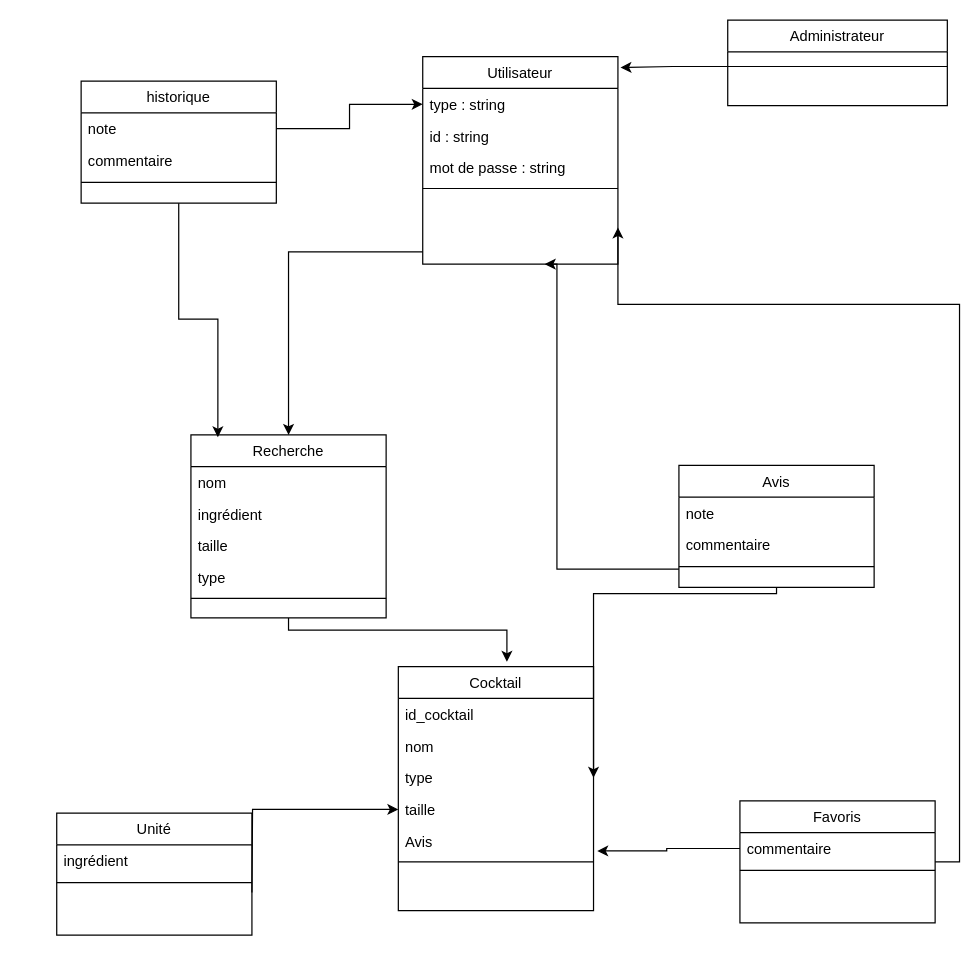
Earlier version of the draw.io diagram Diagram classe.drawio (id1617/ProjetInfo2A). Source tidied: cells renumbered, new cells numbered last; positions are measured from the earlier drawing's top-left corner, leaving out a move shared by most shapes. Both pictures are drawn from the tidied source at 122%, with x=0, y=0 at pixel (56, 20).
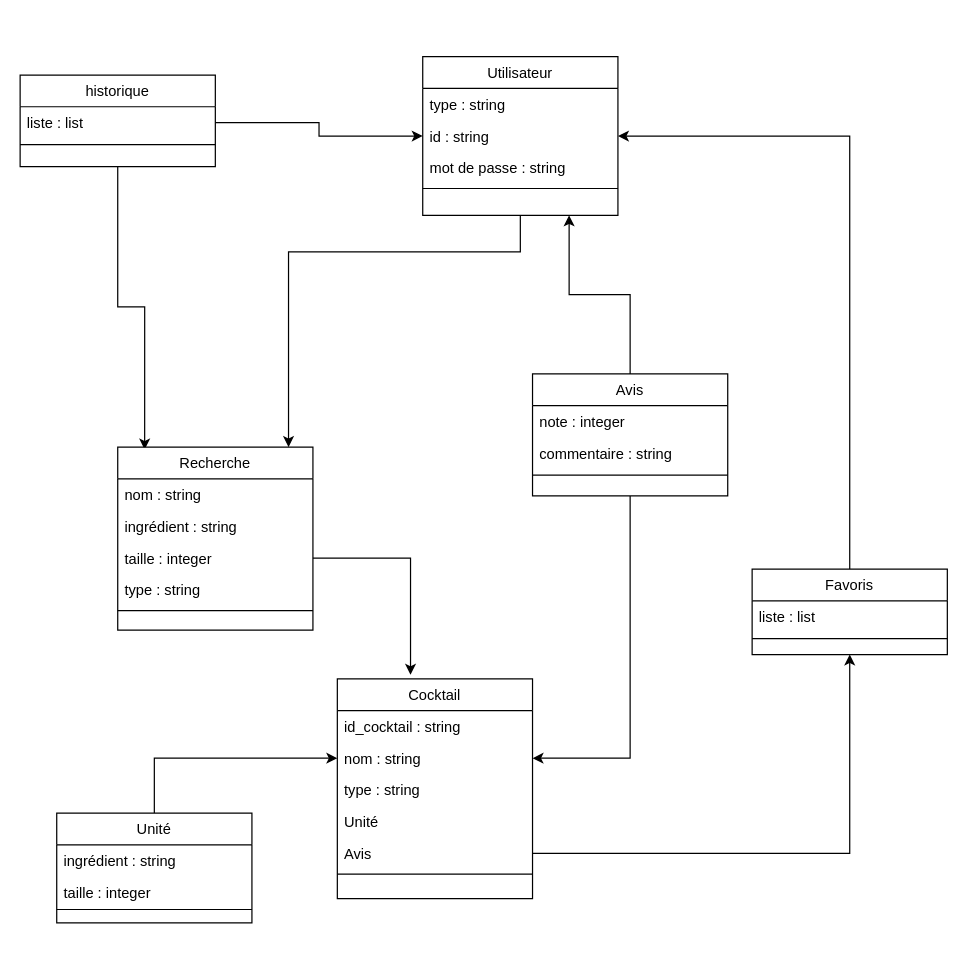
After the change.

Unchanged cells that the change refers to:
```xml
<mxCell id="4" value="type : string" style="text;align=left;verticalAlign=top;spacingLeft=4;spacingRight=4;overflow=hidden;points=[[0,0.5],[1,0.5]];portConstraint=eastwest;" parent="3" vertex="1">
  <mxGeometry y="26" width="160" height="26" as="geometry" />
</mxCell>
<mxCell id="5" value="id : string" style="text;align=left;verticalAlign=top;spacingLeft=4;spacingRight=4;overflow=hidden;points=[[0,0.5],[1,0.5]];portConstraint=eastwest;rounded=0;shadow=0;html=0;" parent="3" vertex="1">
  <mxGeometry y="52" width="160" height="26" as="geometry" />
</mxCell>
```

What changed in the source:
```diff
@@
     <mxCell id="3" value="Utilisateur" style="swimlane;fontStyle=0;align=center;verticalAlign=top;horizontal=1;startSize=26;rounded=0;shadow=0;strokeWidth=1;" parent="1" vertex="1">
-      <mxGeometry x="300" y="30" width="160" height="170" as="geometry" />
+      <mxGeometry x="300" y="30" width="160" height="130" as="geometry" />
     </mxCell>
@@
-    <mxCell id="8" style="edgeStyle=orthogonalEdgeStyle;rounded=0;jettySize=auto;html=1;exitX=0.5;exitY=1;exitDx=0;exitDy=0;" parent="1" edge="1" source="18">
-      <mxGeometry relative="1" as="geometry">
-        <mxPoint x="369" y="526" as="targetPoint" />
-        <Array as="points">
-          <mxPoint x="190" y="500" />
-          <mxPoint x="369" y="500" />
-        </Array>
-      </mxGeometry>
-    </mxCell>
-    <mxCell id="9" value="Cocktail" style="swimlane;fontStyle=0;align=center;verticalAlign=top;horizontal=1;startSize=26;rounded=0;shadow=0;strokeWidth=1;" parent="1" vertex="1">
-      <mxGeometry x="280" y="530" width="160" height="200" as="geometry" />
-    </mxCell>
-    <mxCell id="10" value="id_cocktail" style="text;align=left;verticalAlign=top;spacingLeft=4;spacingRight=4;overflow=hidden;" parent="9" vertex="1">
-      <mxGeometry y="26" width="160" height="26" as="geometry" />
-    </mxCell>
-    <mxCell id="11" value="nom" style="text;align=left;verticalAlign=top;spacingLeft=4;spacingRight=4;overflow=hidden;points=[[0,0.5],[1,0.5]];portConstraint=eastwest;fontStyle=0;" parent="9" vertex="1">
-      <mxGeometry y="52" width="160" height="26" as="geometry" />
-    </mxCell>
-    <mxCell id="12" value="type" style="text;align=left;verticalAlign=top;spacingLeft=4;spacingRight=4;overflow=hidden;fontStyle=0;" parent="9" vertex="1">
-      <mxGeometry y="78" width="160" height="26" as="geometry" />
-    </mxCell>
-    <mxCell id="13" value="taille" style="text;align=left;verticalAlign=top;spacingLeft=4;spacingRight=4;overflow=hidden;points=[[0,0.5],[1,0.5]];portConstraint=eastwest;" parent="9" vertex="1">
-      <mxGeometry y="104" width="160" height="26" as="geometry" />
-    </mxCell>
-    <mxCell id="14" value="Avis" style="text;align=left;verticalAlign=top;spacingLeft=4;spacingRight=4;overflow=hidden;points=[[0,0.5],[1,0.5]];portConstraint=eastwest;" parent="9" vertex="1">
-      <mxGeometry y="130" width="160" height="26" as="geometry" />
-    </mxCell>
-    <mxCell id="15" style="line;html=1;strokeWidth=1;align=left;verticalAlign=middle;spacingTop=-1;spacingLeft=3;spacingRight=3;labelPosition=right;" parent="9" vertex="1">
-      <mxGeometry y="156" width="160" height="8" as="geometry" />
-    </mxCell>
-    <mxCell id="16" style="edgeStyle=orthogonalEdgeStyle;rounded=0;jettySize=auto;html=1;entryX=1;entryY=0.5;entryDx=0;entryDy=0;" parent="1" edge="1" source="42">
-      <mxGeometry relative="1" as="geometry">
-        <mxPoint x="440" y="621" as="targetPoint" />
-        <Array as="points">
-          <mxPoint x="590" y="470" />
-          <mxPoint x="440" y="470" />
-        </Array>
-      </mxGeometry>
-    </mxCell>
-    <mxCell id="17" style="edgeStyle=orthogonalEdgeStyle;rounded=0;jettySize=auto;html=1;" parent="1" edge="1" source="42">
-      <mxGeometry relative="1" as="geometry">
-        <mxPoint x="400" y="200" as="targetPoint" />
-        <Array as="points">
-          <mxPoint x="410" y="450" />
-          <mxPoint x="410" y="200" />
-        </Array>
-      </mxGeometry>
-    </mxCell>
+    <mxCell id="24" style="edgeStyle=orthogonalEdgeStyle;rounded=0;jettySize=auto;html=1;entryX=0.138;entryY=0.013;entryDx=0;entryDy=0;entryPerimeter=0;" parent="1" edge="1" source="25" target="18">
+      <mxGeometry relative="1" as="geometry" />
+    </mxCell>
+    <mxCell id="46" style="edgeStyle=orthogonalEdgeStyle;rounded=0;jettySize=auto;html=1;entryX=0;entryY=0.5;entryDx=0;entryDy=0;" parent="1" edge="1" source="33" target="11">
+      <mxGeometry relative="1" as="geometry" />
+    </mxCell>
+    <mxCell id="33" value="Unité" style="swimlane;fontStyle=0;align=center;verticalAlign=top;horizontal=1;startSize=26;rounded=0;shadow=0;strokeWidth=1;" parent="1" vertex="1">
+      <mxGeometry y="650" width="160" height="90" as="geometry" />
+    </mxCell>
+    <mxCell id="34" value="ingrédient : string" style="text;align=left;verticalAlign=top;spacingLeft=4;spacingRight=4;overflow=hidden;rounded=0;shadow=0;html=0;" parent="33" vertex="1">
+      <mxGeometry y="26" width="160" height="26" as="geometry" />
+    </mxCell>
+    <mxCell id="47" value="taille : integer" style="text;align=left;verticalAlign=top;spacingLeft=4;spacingRight=4;overflow=hidden;rounded=0;shadow=0;html=0;" parent="33" vertex="1">
+      <mxGeometry y="52" width="160" height="26" as="geometry" />
+    </mxCell>
+    <mxCell id="35" style="line;html=1;strokeWidth=1;align=left;verticalAlign=middle;spacingTop=-1;spacingLeft=3;spacingRight=3;labelPosition=right;" parent="33" vertex="1">
+      <mxGeometry y="78" width="160" height="2" as="geometry" />
+    </mxCell>
+    <mxCell id="25" value="historique" style="swimlane;fontStyle=0;align=center;verticalAlign=top;horizontal=1;startSize=26;rounded=0;shadow=0;strokeWidth=1;" parent="1" vertex="1">
+      <mxGeometry x="-30" y="45" width="160" height="75" as="geometry" />
+    </mxCell>
+    <mxCell id="26" value="liste : list" style="text;align=left;verticalAlign=top;spacingLeft=4;spacingRight=4;overflow=hidden;points=[[0,0.5],[1,0.5]];portConstraint=eastwest;rounded=0;shadow=0;html=0;" parent="25" vertex="1">
+      <mxGeometry y="26" width="160" height="26" as="geometry" />
+    </mxCell>
+    <mxCell id="28" style="line;html=1;strokeWidth=1;align=left;verticalAlign=middle;spacingTop=-1;spacingLeft=3;spacingRight=3;labelPosition=right;" parent="25" vertex="1">
+      <mxGeometry y="52" width="160" height="10" as="geometry" />
+    </mxCell>
     <mxCell id="18" value="Recherche" style="swimlane;fontStyle=0;align=center;verticalAlign=top;horizontal=1;startSize=26;rounded=0;shadow=0;strokeWidth=1;" parent="1" vertex="1">
-      <mxGeometry x="110" y="340" width="160" height="150" as="geometry" />
+      <mxGeometry x="50" y="350" width="160" height="150" as="geometry" />
     </mxCell>
-    <mxCell id="19" value="nom" style="text;align=left;verticalAlign=top;spacingLeft=4;spacingRight=4;overflow=hidden;" parent="18" vertex="1">
+    <mxCell id="19" value="nom : string" style="text;align=left;verticalAlign=top;spacingLeft=4;spacingRight=4;overflow=hidden;" parent="18" vertex="1">
       <mxGeometry y="26" width="160" height="26" as="geometry" />
     </mxCell>
-    <mxCell id="20" value="ingrédient" style="text;align=left;verticalAlign=top;spacingLeft=4;spacingRight=4;overflow=hidden;rounded=0;shadow=0;html=0;" parent="18" vertex="1">
+    <mxCell id="20" value="ingrédient : string" style="text;align=left;verticalAlign=top;spacingLeft=4;spacingRight=4;overflow=hidden;rounded=0;shadow=0;html=0;" parent="18" vertex="1">
       <mxGeometry y="52" width="160" height="26" as="geometry" />
     </mxCell>
-    <mxCell id="21" value="taille" style="text;align=left;verticalAlign=top;spacingLeft=4;spacingRight=4;overflow=hidden;points=[[0,0.5],[1,0.5]];portConstraint=eastwest;" parent="18" vertex="1">
+    <mxCell id="21" value="taille : integer" style="text;align=left;verticalAlign=top;spacingLeft=4;spacingRight=4;overflow=hidden;points=[[0,0.5],[1,0.5]];portConstraint=eastwest;" parent="18" vertex="1">
       <mxGeometry y="78" width="160" height="26" as="geometry" />
     </mxCell>
-    <mxCell id="22" value="type" style="text;align=left;verticalAlign=top;spacingLeft=4;spacingRight=4;overflow=hidden;" parent="18" vertex="1">
+    <mxCell id="22" value="type : string" style="text;align=left;verticalAlign=top;spacingLeft=4;spacingRight=4;overflow=hidden;" parent="18" vertex="1">
       <mxGeometry y="104" width="160" height="26" as="geometry" />
     </mxCell>
@@
-    <mxCell id="24" style="edgeStyle=orthogonalEdgeStyle;rounded=0;jettySize=auto;html=1;entryX=0.138;entryY=0.013;entryDx=0;entryDy=0;entryPerimeter=0;" parent="1" edge="1" source="25" target="18">
-      <mxGeometry relative="1" as="geometry" />
-    </mxCell>
-    <mxCell id="25" value="historique" style="swimlane;fontStyle=0;align=center;verticalAlign=top;horizontal=1;startSize=26;rounded=0;shadow=0;strokeWidth=1;" parent="1" vertex="1">
-      <mxGeometry x="20" y="50" width="160" height="100" as="geometry" />
-    </mxCell>
-    <mxCell id="26" value="note" style="text;align=left;verticalAlign=top;spacingLeft=4;spacingRight=4;overflow=hidden;points=[[0,0.5],[1,0.5]];portConstraint=eastwest;rounded=0;shadow=0;html=0;" parent="25" vertex="1">
-      <mxGeometry y="26" width="160" height="26" as="geometry" />
-    </mxCell>
-    <mxCell id="27" value="commentaire" style="text;align=left;verticalAlign=top;spacingLeft=4;spacingRight=4;overflow=hidden;" parent="25" vertex="1">
-      <mxGeometry y="52" width="160" height="26" as="geometry" />
-    </mxCell>
-    <mxCell id="28" style="line;html=1;strokeWidth=1;align=left;verticalAlign=middle;spacingTop=-1;spacingLeft=3;spacingRight=3;labelPosition=right;" parent="25" vertex="1">
-      <mxGeometry y="78" width="160" height="10" as="geometry" />
-    </mxCell>
-    <mxCell id="29" style="edgeStyle=orthogonalEdgeStyle;rounded=0;jettySize=auto;html=1;" parent="1" edge="1" source="30">
-      <mxGeometry relative="1" as="geometry">
-        <mxPoint x="460" y="170" as="targetPoint" />
-        <Array as="points">
-          <mxPoint x="740" y="690" />
-          <mxPoint x="740" y="233" />
-        </Array>
-      </mxGeometry>
-    </mxCell>
-    <mxCell id="30" value="Favoris" style="swimlane;fontStyle=0;align=center;verticalAlign=top;horizontal=1;startSize=26;rounded=0;shadow=0;strokeWidth=1;" parent="1" vertex="1">
-      <mxGeometry x="560" y="640" width="160" height="100" as="geometry" />
-    </mxCell>
-    <mxCell id="31" value="commentaire" style="text;align=left;verticalAlign=top;spacingLeft=4;spacingRight=4;overflow=hidden;points=[[0,0.5],[1,0.5]];portConstraint=eastwest;" parent="30" vertex="1">
-      <mxGeometry y="26" width="160" height="26" as="geometry" />
-    </mxCell>
-    <mxCell id="32" style="line;html=1;strokeWidth=1;align=left;verticalAlign=middle;spacingTop=-1;spacingLeft=3;spacingRight=3;labelPosition=right;" parent="30" vertex="1">
-      <mxGeometry y="52" width="160" height="10" as="geometry" />
-    </mxCell>
-    <mxCell id="33" value="Unité" style="swimlane;fontStyle=0;align=center;verticalAlign=top;horizontal=1;startSize=26;rounded=0;shadow=0;strokeWidth=1;" parent="1" vertex="1">
-      <mxGeometry y="650" width="160" height="100" as="geometry" />
-    </mxCell>
-    <mxCell id="34" value="ingrédient" style="text;align=left;verticalAlign=top;spacingLeft=4;spacingRight=4;overflow=hidden;rounded=0;shadow=0;html=0;" parent="33" vertex="1">
-      <mxGeometry y="26" width="160" height="26" as="geometry" />
-    </mxCell>
-    <mxCell id="35" style="line;html=1;strokeWidth=1;align=left;verticalAlign=middle;spacingTop=-1;spacingLeft=3;spacingRight=3;labelPosition=right;" parent="33" vertex="1">
-      <mxGeometry y="52" width="160" height="10" as="geometry" />
-    </mxCell>
-    <mxCell id="36" style="edgeStyle=orthogonalEdgeStyle;rounded=0;jettySize=auto;html=1;entryX=0;entryY=0.5;entryDx=0;entryDy=0;" parent="1" edge="1" source="26" target="4">
-      <mxGeometry relative="1" as="geometry" />
-    </mxCell>
-    <mxCell id="37" style="edgeStyle=orthogonalEdgeStyle;rounded=0;jettySize=auto;html=1;entryX=1.019;entryY=0.808;entryDx=0;entryDy=0;entryPerimeter=0;" parent="1" edge="1" source="31" target="14">
-      <mxGeometry relative="1" as="geometry" />
-    </mxCell>
-    <mxCell id="38" style="edgeStyle=orthogonalEdgeStyle;rounded=0;jettySize=auto;html=1;entryX=0;entryY=0.5;entryDx=0;entryDy=0;" parent="1" edge="1" target="13">
-      <mxGeometry relative="1" as="geometry">
-        <mxPoint x="160" y="715" as="sourcePoint" />
-      </mxGeometry>
-    </mxCell>
-    <mxCell id="39" value="Administrateur" style="swimlane;fontStyle=0;align=center;verticalAlign=top;horizontal=1;startSize=26;rounded=0;shadow=0;strokeWidth=1;" parent="1" vertex="1">
-      <mxGeometry x="550" width="180" height="70" as="geometry" />
-    </mxCell>
-    <mxCell id="40" style="line;html=1;strokeWidth=1;align=left;verticalAlign=middle;spacingTop=-1;spacingLeft=3;spacingRight=3;labelPosition=right;points=[];portConstraint=eastwest;" parent="39" vertex="1">
-      <mxGeometry y="26" width="180" height="24" as="geometry" />
-    </mxCell>
-    <mxCell id="41" style="edgeStyle=orthogonalEdgeStyle;rounded=0;jettySize=auto;html=1;entryX=1.013;entryY=0.052;entryDx=0;entryDy=0;entryPerimeter=0;" parent="1" edge="1" source="40" target="3">
-      <mxGeometry relative="1" as="geometry" />
-    </mxCell>
+    <mxCell id="9" value="Cocktail" style="swimlane;fontStyle=0;align=center;verticalAlign=top;horizontal=1;startSize=26;rounded=0;shadow=0;strokeWidth=1;" parent="1" vertex="1">
+      <mxGeometry x="230" y="540" width="160" height="180" as="geometry" />
+    </mxCell>
+    <mxCell id="10" value="id_cocktail : string" style="text;align=left;verticalAlign=top;spacingLeft=4;spacingRight=4;overflow=hidden;" parent="9" vertex="1">
+      <mxGeometry y="26" width="160" height="26" as="geometry" />
+    </mxCell>
+    <mxCell id="11" value="nom : string" style="text;align=left;verticalAlign=top;spacingLeft=4;spacingRight=4;overflow=hidden;points=[[0,0.5],[1,0.5]];portConstraint=eastwest;fontStyle=0;" parent="9" vertex="1">
+      <mxGeometry y="52" width="160" height="26" as="geometry" />
+    </mxCell>
+    <mxCell id="12" value="type : string" style="text;align=left;verticalAlign=top;spacingLeft=4;spacingRight=4;overflow=hidden;fontStyle=0;" parent="9" vertex="1">
+      <mxGeometry y="78" width="160" height="26" as="geometry" />
+    </mxCell>
+    <mxCell id="48" value="Unité" style="text;align=left;verticalAlign=top;spacingLeft=4;spacingRight=4;overflow=hidden;" parent="9" vertex="1">
+      <mxGeometry y="104" width="160" height="26" as="geometry" />
+    </mxCell>
+    <mxCell id="14" value="Avis" style="text;align=left;verticalAlign=top;spacingLeft=4;spacingRight=4;overflow=hidden;points=[[0,0.5],[1,0.5]];portConstraint=eastwest;" parent="9" vertex="1">
+      <mxGeometry y="130" width="160" height="26" as="geometry" />
+    </mxCell>
+    <mxCell id="15" style="line;html=1;strokeWidth=1;align=left;verticalAlign=middle;spacingTop=-1;spacingLeft=3;spacingRight=3;labelPosition=right;" parent="9" vertex="1">
+      <mxGeometry y="156" width="160" height="8" as="geometry" />
+    </mxCell>
+    <mxCell id="49" style="edgeStyle=orthogonalEdgeStyle;rounded=0;jettySize=auto;html=1;entryX=1;entryY=0.5;entryDx=0;entryDy=0;" parent="1" edge="1" source="42" target="11">
+      <mxGeometry relative="1" as="geometry" />
+    </mxCell>
+    <mxCell id="50" style="edgeStyle=orthogonalEdgeStyle;rounded=0;jettySize=auto;html=1;entryX=0.75;entryY=1;entryDx=0;entryDy=0;" parent="1" edge="1" source="42" target="3">
+      <mxGeometry relative="1" as="geometry" />
+    </mxCell>
     <mxCell id="42" value="Avis" style="swimlane;fontStyle=0;align=center;verticalAlign=top;horizontal=1;startSize=26;rounded=0;shadow=0;strokeWidth=1;" parent="1" vertex="1">
-      <mxGeometry x="510" y="365" width="160" height="100" as="geometry" />
+      <mxGeometry x="390" y="290" width="160" height="100" as="geometry" />
     </mxCell>
-    <mxCell id="43" value="note" style="text;align=left;verticalAlign=top;spacingLeft=4;spacingRight=4;overflow=hidden;rounded=0;shadow=0;html=0;" parent="42" vertex="1">
+    <mxCell id="43" value="note : integer" style="text;align=left;verticalAlign=top;spacingLeft=4;spacingRight=4;overflow=hidden;rounded=0;shadow=0;html=0;" parent="42" vertex="1">
       <mxGeometry y="26" width="160" height="26" as="geometry" />
     </mxCell>
-    <mxCell id="44" value="commentaire" style="text;align=left;verticalAlign=top;spacingLeft=4;spacingRight=4;overflow=hidden;" parent="42" vertex="1">
+    <mxCell id="44" value="commentaire : string" style="text;align=left;verticalAlign=top;spacingLeft=4;spacingRight=4;overflow=hidden;" parent="42" vertex="1">
       <mxGeometry y="52" width="160" height="26" as="geometry" />
     </mxCell>
@@
+    <mxCell id="51" style="edgeStyle=orthogonalEdgeStyle;rounded=0;jettySize=auto;html=1;entryX=1;entryY=0.5;entryDx=0;entryDy=0;" parent="1" edge="1" source="30" target="5">
+      <mxGeometry relative="1" as="geometry" />
+    </mxCell>
+    <mxCell id="52" style="edgeStyle=orthogonalEdgeStyle;rounded=0;jettySize=auto;html=1;entryX=0.375;entryY=-0.019;entryDx=0;entryDy=0;entryPerimeter=0;" parent="1" edge="1" source="21" target="9">
+      <mxGeometry relative="1" as="geometry" />
+    </mxCell>
+    <mxCell id="53" style="edgeStyle=orthogonalEdgeStyle;rounded=0;jettySize=auto;html=1;" parent="1" edge="1" source="26" target="3">
+      <mxGeometry relative="1" as="geometry" />
+    </mxCell>
+    <mxCell id="30" value="Favoris" style="swimlane;fontStyle=0;align=center;verticalAlign=top;horizontal=1;startSize=26;rounded=0;shadow=0;strokeWidth=1;" parent="1" vertex="1">
+      <mxGeometry x="570" y="450" width="160" height="70" as="geometry" />
+    </mxCell>
+    <mxCell id="31" value="liste : list" style="text;align=left;verticalAlign=top;spacingLeft=4;spacingRight=4;overflow=hidden;points=[[0,0.5],[1,0.5]];portConstraint=eastwest;" parent="30" vertex="1">
+      <mxGeometry y="26" width="160" height="26" as="geometry" />
+    </mxCell>
+    <mxCell id="32" style="line;html=1;strokeWidth=1;align=left;verticalAlign=middle;spacingTop=-1;spacingLeft=3;spacingRight=3;labelPosition=right;" parent="30" vertex="1">
+      <mxGeometry y="52" width="160" height="10" as="geometry" />
+    </mxCell>
+    <mxCell id="54" style="edgeStyle=orthogonalEdgeStyle;rounded=0;jettySize=auto;html=1;entryX=0.5;entryY=1;entryDx=0;entryDy=0;" parent="1" edge="1" source="14" target="30">
+      <mxGeometry relative="1" as="geometry" />
+    </mxCell>
```
